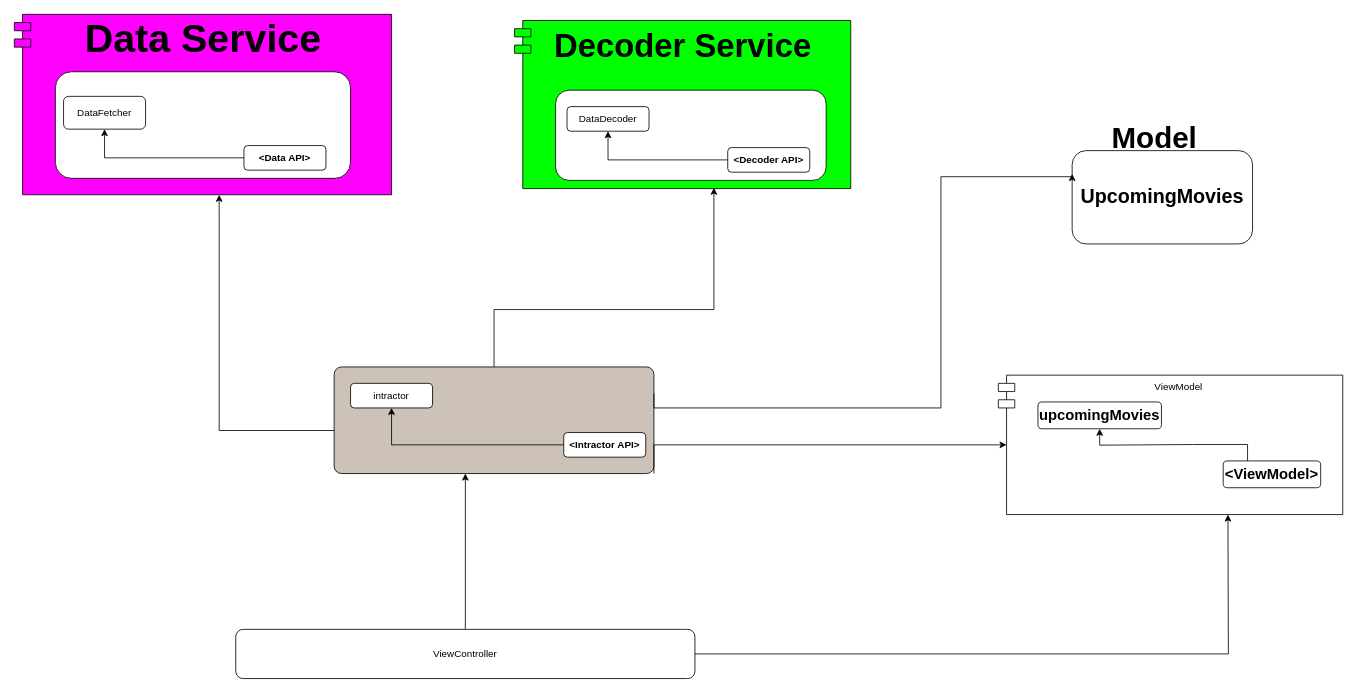
LetsBuildApps/UpcomingMovies keeps this draw.io diagram as page "Page-1" (1 of 2) of Resource/upcomingMovies.drawio. Above is the earlier version. Source tidied: cells renumbered, new cells numbered last; positions are measured from the earlier drawing's top-left corner, leaving out a move shared by most shapes. Both pictures are drawn from the tidied source at 82%, with x=0, y=0 at pixel (14, 14).
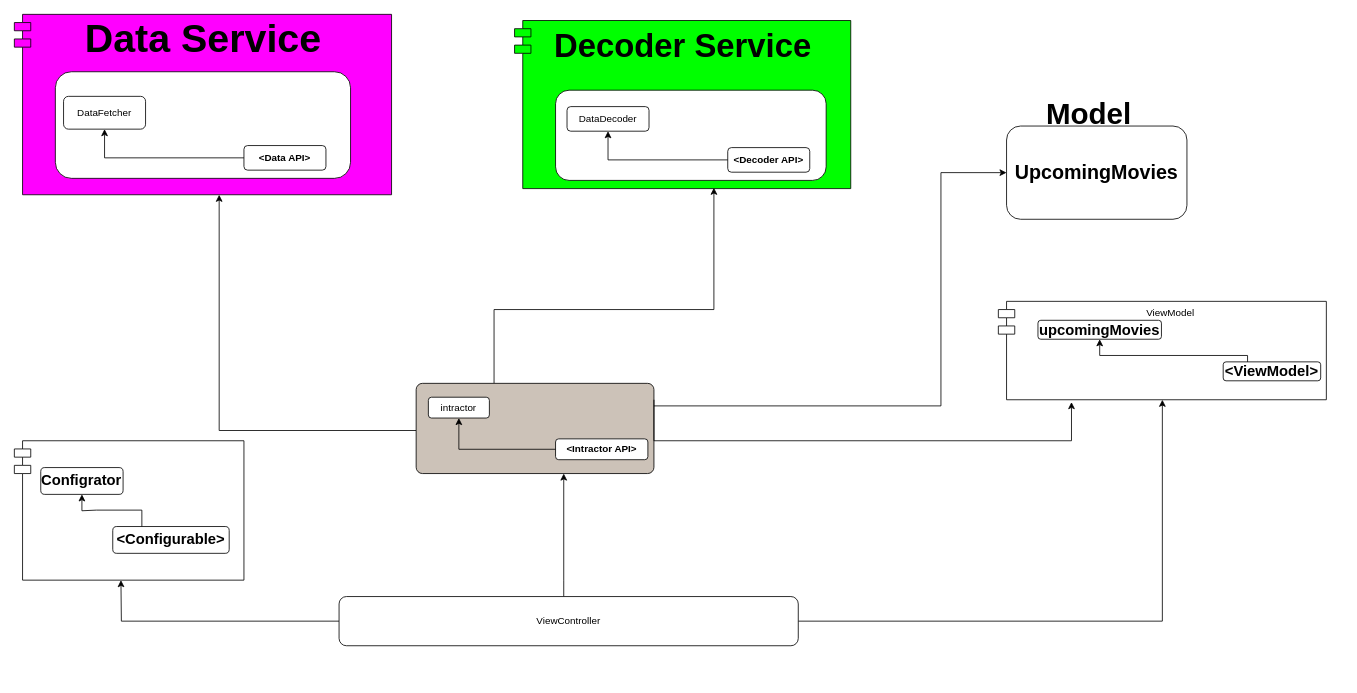
The same page after the edit.

Commit message:
updated the flow diagram

Change to the diagram source:
```diff
@@
     <mxCell id="4" style="edgeStyle=orthogonalEdgeStyle;rounded=0;jettySize=auto;html=1;" parent="1" edge="1" source="6" target="22">
       <mxGeometry relative="1" as="geometry">
         <Array as="points">
-          <mxPoint x="550" y="640" />
-          <mxPoint x="550" y="640" />
+          <mxPoint x="670" y="690" />
+          <mxPoint x="670" y="690" />
         </Array>
       </mxGeometry>
     </mxCell>
-    <mxCell id="5" style="edgeStyle=orthogonalEdgeStyle;rounded=0;jettySize=auto;html=1;" parent="1" edge="1" source="6">
-      <mxGeometry relative="1" as="geometry">
-        <mxPoint x="1480" y="610" as="targetPoint" />
-      </mxGeometry>
+    <mxCell id="5" style="edgeStyle=orthogonalEdgeStyle;rounded=0;jettySize=auto;html=1;" parent="1" edge="1" source="6" target="27">
+      <mxGeometry relative="1" as="geometry" />
     </mxCell>
+    <mxCell id="36" style="edgeStyle=orthogonalEdgeStyle;rounded=0;jettySize=auto;html=1;" parent="1" edge="1" source="6">
+      <mxGeometry relative="1" as="geometry">
+        <mxPoint x="130" y="690" as="targetPoint" />
+      </mxGeometry>
+    </mxCell>
     <mxCell id="6" value="ViewController" style="rounded=1;whiteSpace=wrap;html=1;" parent="1" vertex="1">
-      <mxGeometry x="270" y="750" width="560" height="60" as="geometry" />
+      <mxGeometry x="396" y="710" width="560" height="60" as="geometry" />
     </mxCell>
@@
     <mxCell id="21" style="group;" parent="1" vertex="1">
-      <mxGeometry x="390" y="430" width="390" height="130" as="geometry" />
+      <mxGeometry x="490" y="450" width="290" height="110" as="geometry" />
     </mxCell>
     <mxCell id="22" style="rounded=1;whiteSpace=wrap;html=1;fillColor=#CCC2B8;arcSize=7;" parent="21" vertex="1">
-      <mxGeometry width="390" height="130" as="geometry" />
+      <mxGeometry width="290" height="110" as="geometry" />
     </mxCell>
     <mxCell id="23" value="&lt;b&gt;&amp;lt;Intractor API&amp;gt;&lt;/b&gt;" style="rounded=1;whiteSpace=wrap;html=1;" parent="21" vertex="1">
-      <mxGeometry x="280" y="80" width="100" height="30" as="geometry" />
+      <mxGeometry x="170" y="67.7" width="112.6" height="25.4" as="geometry" />
     </mxCell>
     <mxCell id="24" value="intractor" style="rounded=1;whiteSpace=wrap;html=1;" parent="21" vertex="1">
-      <mxGeometry x="20" y="20" width="100" height="30" as="geometry" />
+      <mxGeometry x="14.9" y="16.9" width="74.4" height="25.4" as="geometry" />
     </mxCell>
@@
     <mxCell id="26" style="group;" parent="1" vertex="1">
-      <mxGeometry x="1200" y="440" width="420" height="170" as="geometry" />
+      <mxGeometry x="1200" y="350" width="420" height="120" as="geometry" />
     </mxCell>
     <mxCell id="27" value="ViewModel&#10;" style="shape=module;align=left;spacingLeft=20;align=center;verticalAlign=top;" parent="26" vertex="1">
-      <mxGeometry width="420" height="170" as="geometry" />
+      <mxGeometry width="400" height="120" as="geometry" />
     </mxCell>
     <mxCell id="28" value="&lt;b&gt;&lt;font style=&quot;font-size: 18px&quot;&gt;&amp;lt;ViewModel&amp;gt;&lt;/font&gt;&lt;/b&gt;" style="rounded=1;whiteSpace=wrap;html=1;" parent="26" vertex="1">
-      <mxGeometry x="274.2" y="104.6" width="118.9" height="32.7" as="geometry" />
+      <mxGeometry x="274.2" y="73.8" width="118.9" height="23.1" as="geometry" />
     </mxCell>
     <mxCell id="29" value="&lt;span style=&quot;font-size: 18px&quot;&gt;&lt;b&gt;upcomingMovies&lt;/b&gt;&lt;/span&gt;" style="rounded=1;whiteSpace=wrap;html=1;" parent="26" vertex="1">
-      <mxGeometry x="48.3" y="32.7" width="150.6" height="32.7" as="geometry" />
+      <mxGeometry x="48.3" y="23.1" width="150.6" height="23.1" as="geometry" />
     </mxCell>
     <mxCell id="30" style="edgeStyle=orthogonalEdgeStyle;rounded=0;jettySize=auto;html=1;exitX=0.25;exitY=0;exitDx=0;exitDy=0;entryX=0.5;entryY=1;entryDx=0;entryDy=0;" parent="26" edge="1" source="28" target="29">
-      <mxGeometry relative="1" as="geometry" />
+      <mxGeometry relative="1" as="geometry">
+        <Array as="points">
+          <mxPoint x="304" y="66" />
+          <mxPoint x="124" y="66" />
+        </Array>
+      </mxGeometry>
     </mxCell>
     <mxCell id="31" style="group;" parent="1" vertex="1">
-      <mxGeometry x="1290" y="140" width="220" height="140" as="geometry" />
+      <mxGeometry x="1210" y="110" width="220" height="140" as="geometry" />
     </mxCell>
     <mxCell id="32" value="&lt;span&gt;&lt;b&gt;&lt;font style=&quot;font-size: 24px&quot;&gt;UpcomingMovies&lt;/font&gt;&lt;/b&gt;&lt;/span&gt;" style="rounded=1;whiteSpace=wrap;html=1;" parent="31" vertex="1">
-      <mxGeometry y="26.2" width="220" height="113.8" as="geometry" />
+      <mxGeometry y="26.2" width="220" height="113.7" as="geometry" />
     </mxCell>
@@
-    <mxCell id="34" style="edgeStyle=orthogonalEdgeStyle;rounded=0;jettySize=auto;html=1;exitX=1;exitY=0.25;exitDx=0;exitDy=0;entryX=0;entryY=0.25;entryDx=0;entryDy=0;" parent="1" edge="1" source="22" target="32">
+    <mxCell id="34" style="edgeStyle=orthogonalEdgeStyle;rounded=0;jettySize=auto;html=1;exitX=1;exitY=0.25;exitDx=0;exitDy=0;entryX=0;entryY=0.5;entryDx=0;entryDy=0;" parent="1" edge="1" source="22" target="32">
       <mxGeometry relative="1" as="geometry">
         <Array as="points">
-          <mxPoint x="780" y="480" />
-          <mxPoint x="1130" y="480" />
-          <mxPoint x="1130" y="198" />
+          <mxPoint x="1130" y="477" />
+          <mxPoint x="1130" y="193" />
         </Array>
       </mxGeometry>
     </mxCell>
-    <mxCell id="35" style="edgeStyle=orthogonalEdgeStyle;rounded=0;jettySize=auto;html=1;exitX=1;exitY=1;exitDx=0;exitDy=0;entryX=0;entryY=0.5;entryDx=10;entryDy=0;entryPerimeter=0;" parent="1" edge="1" source="22" target="27">
+    <mxCell id="35" style="edgeStyle=orthogonalEdgeStyle;rounded=0;jettySize=auto;html=1;entryX=0.223;entryY=1.024;entryDx=0;entryDy=0;entryPerimeter=0;" parent="1" edge="1" target="27">
       <mxGeometry relative="1" as="geometry">
+        <mxPoint x="780" y="470" as="sourcePoint" />
         <Array as="points">
-          <mxPoint x="780" y="525" />
+          <mxPoint x="780" y="520" />
+          <mxPoint x="1289" y="520" />
         </Array>
       </mxGeometry>
     </mxCell>
+    <mxCell id="37" style="group;" parent="1" vertex="1">
+      <mxGeometry y="520" width="280" height="170" as="geometry" />
+    </mxCell>
+    <mxCell id="38" style="shape=module;align=left;spacingLeft=20;align=center;verticalAlign=top;" parent="37" vertex="1">
+      <mxGeometry width="280" height="170" as="geometry" />
+    </mxCell>
+    <mxCell id="39" value="&lt;b&gt;&lt;font style=&quot;font-size: 18px&quot;&gt;&amp;lt;Configurable&amp;gt;&lt;/font&gt;&lt;/b&gt;" style="rounded=1;whiteSpace=wrap;html=1;" parent="37" vertex="1">
+      <mxGeometry x="120" y="104.6" width="142" height="32.7" as="geometry" />
+    </mxCell>
+    <mxCell id="40" value="&lt;span style=&quot;font-size: 18px&quot;&gt;&lt;b&gt;Configrator&lt;/b&gt;&lt;/span&gt;" style="rounded=1;whiteSpace=wrap;html=1;" parent="37" vertex="1">
+      <mxGeometry x="32.2" y="32.7" width="100.4" height="32.7" as="geometry" />
+    </mxCell>
+    <mxCell id="41" style="edgeStyle=orthogonalEdgeStyle;rounded=0;jettySize=auto;html=1;exitX=0.25;exitY=0;exitDx=0;exitDy=0;entryX=0.5;entryY=1;entryDx=0;entryDy=0;" parent="37" edge="1" source="39" target="40">
+      <mxGeometry relative="1" as="geometry" />
+    </mxCell>
```
